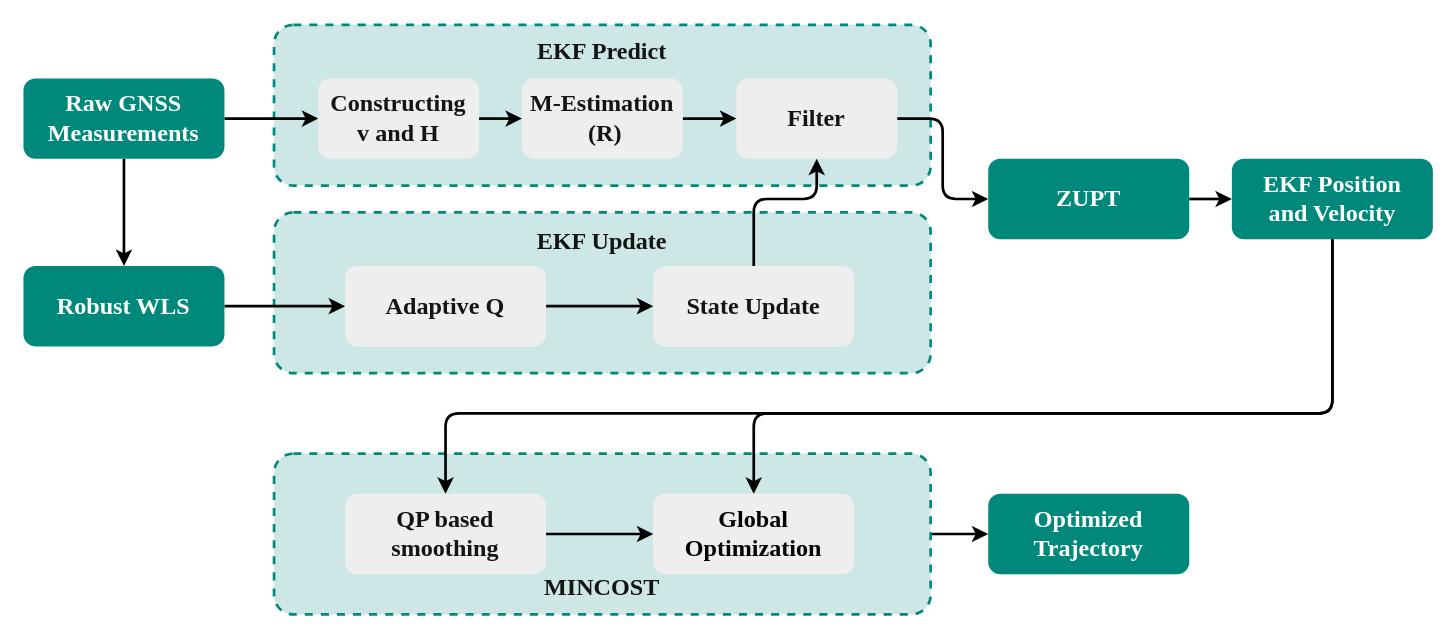
The draw.io diagram doc/imgs/MobileGNSS-SPP Framework.drawio in salmoshu/MobileGNSS-SPP, before the edit. Source tidied: cells renumbered, new cells numbered last; positions are measured from the earlier drawing's top-left corner, leaving out a move shared by most shapes. Both pictures are drawn from the tidied source at 134%, with x=0, y=0 at pixel (23, 24).
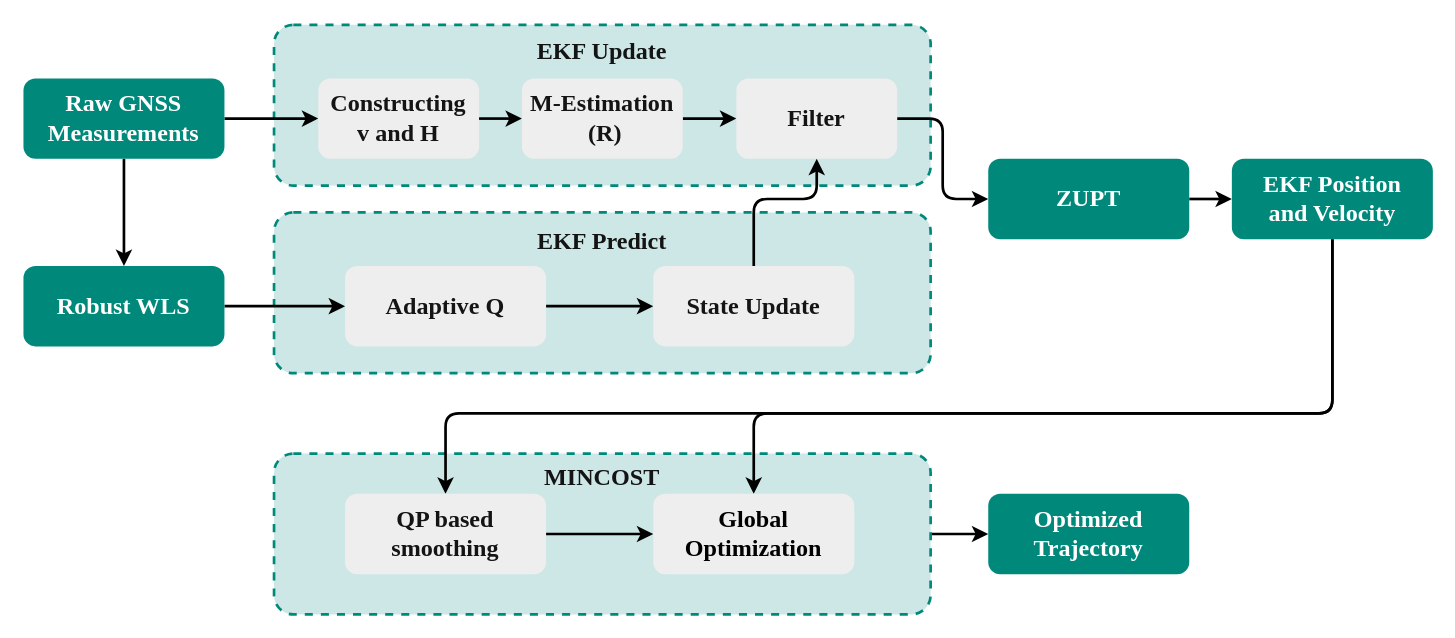
The same diagram, later.

Commit message (it also covers changes not shown here):
update framework pic

What changed in the source:
```diff
@@
-    <mxCell id="6" value="&lt;font color=&quot;#141414&quot;&gt;EKF Update&lt;/font&gt;" style="text;html=1;strokeColor=none;fillColor=none;align=center;verticalAlign=middle;whiteSpace=wrap;rounded=0;dashed=1;fontFamily=Times New Roman;fontStyle=1;fontSize=18;" parent="1" vertex="1">
+    <mxCell id="6" value="&lt;font color=&quot;#141414&quot;&gt;EKF Predict&lt;/font&gt;" style="text;html=1;strokeColor=none;fillColor=none;align=center;verticalAlign=middle;whiteSpace=wrap;rounded=0;dashed=1;fontFamily=Times New Roman;fontStyle=1;fontSize=18;" parent="1" vertex="1">
       <mxGeometry x="382" y="152" width="100" height="20" as="geometry" />
     </mxCell>
-    <mxCell id="7" value="&lt;font color=&quot;#141414&quot;&gt;EKF Predict&lt;/font&gt;" style="text;html=1;strokeColor=none;fillColor=none;align=center;verticalAlign=middle;whiteSpace=wrap;rounded=0;dashed=1;fontFamily=Times New Roman;fontStyle=1;fontSize=18;" parent="1" vertex="1">
+    <mxCell id="7" value="&lt;font color=&quot;#141414&quot;&gt;EKF Update&lt;/font&gt;" style="text;html=1;strokeColor=none;fillColor=none;align=center;verticalAlign=middle;whiteSpace=wrap;rounded=0;dashed=1;fontFamily=Times New Roman;fontStyle=1;fontSize=18;" parent="1" vertex="1">
       <mxGeometry x="382" y="10" width="100" height="20" as="geometry" />
     </mxCell>
@@
     <mxCell id="32" value="&lt;font color=&quot;#141414&quot;&gt;MINCOST&lt;/font&gt;" style="text;html=1;strokeColor=none;fillColor=none;align=center;verticalAlign=middle;whiteSpace=wrap;rounded=0;dashed=1;fontFamily=Times New Roman;fontStyle=1;fontSize=18;" parent="1" vertex="1">
-      <mxGeometry x="382" y="410" width="100" height="20" as="geometry" />
+      <mxGeometry x="382" y="328" width="100" height="20" as="geometry" />
     </mxCell>
```
